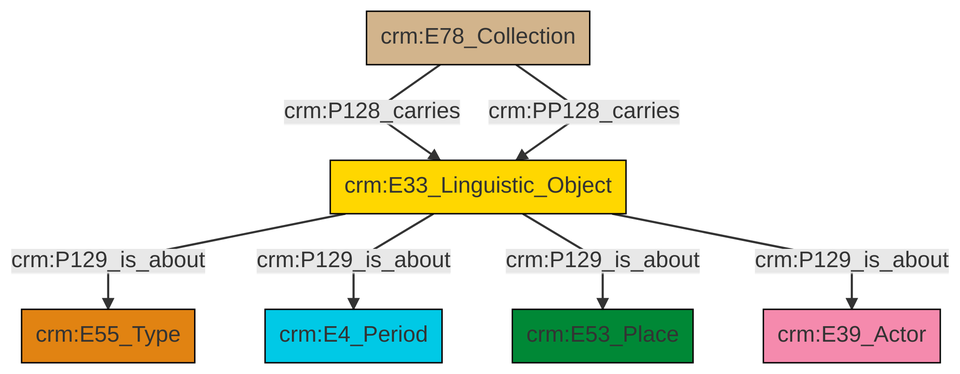
Earlier version of the Mermaid export et/archivalCSV/ttl/mmd/png/archival_aboutness.png (swiss-art-research-net/docs.swissartresearch). Its source is kept beside it as et/archivalCSV/ttl/mmd/archival_aboutness.ttl.mmd.
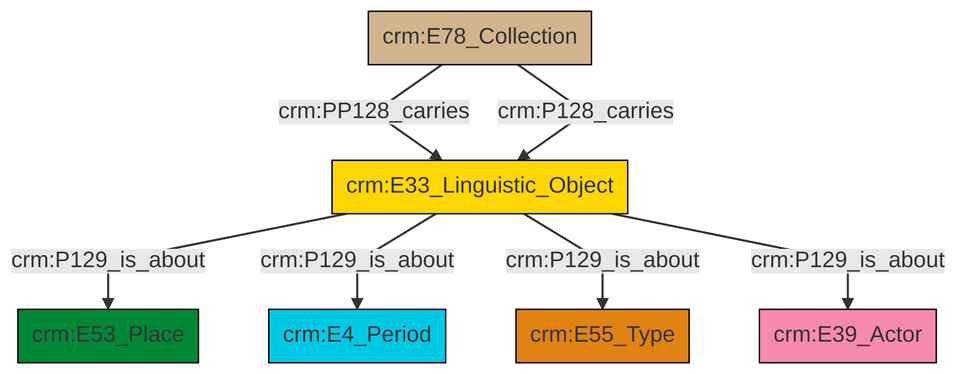
After the commit.

Change to the diagram source:
```diff
@@ -13,9 +13,9 @@
 classDef PC_Classes fill:#4ce600, stroke:#000000;
 classDef Multi fill:#cccccc,stroke:#000000;
 
-0["crm:E78_Collection"]:::Physical_Thing -->|crm:P128_carries| 1["crm:E33_Linguistic_Object"]:::Conceptual_Object
-1["crm:E33_Linguistic_Object"]:::Conceptual_Object -->|crm:P129_is_about| 2["crm:E55_Type"]:::Type
-1["crm:E33_Linguistic_Object"]:::Conceptual_Object -->|crm:P129_is_about| 8["crm:E4_Period"]:::Temporal_Entity
-0["crm:E78_Collection"]:::Physical_Thing -->|crm:PP128_carries| 1["crm:E33_Linguistic_Object"]:::Conceptual_Object
-1["crm:E33_Linguistic_Object"]:::Conceptual_Object -->|crm:P129_is_about| 5["crm:E53_Place"]:::Place
-1["crm:E33_Linguistic_Object"]:::Conceptual_Object -->|crm:P129_is_about| 9["crm:E39_Actor"]:::Actor
+4["crm:E33_Linguistic_Object"]:::Conceptual_Object -->|crm:P129_is_about| 5["crm:E53_Place"]:::Place
+0["crm:E78_Collection"]:::Physical_Thing -->|crm:PP128_carries| 4["crm:E33_Linguistic_Object"]:::Conceptual_Object
+4["crm:E33_Linguistic_Object"]:::Conceptual_Object -->|crm:P129_is_about| 2["crm:E4_Period"]:::Temporal_Entity
+4["crm:E33_Linguistic_Object"]:::Conceptual_Object -->|crm:P129_is_about| 6["crm:E55_Type"]:::Type
+4["crm:E33_Linguistic_Object"]:::Conceptual_Object -->|crm:P129_is_about| 9["crm:E39_Actor"]:::Actor
+0["crm:E78_Collection"]:::Physical_Thing -->|crm:P128_carries| 4["crm:E33_Linguistic_Object"]:::Conceptual_Object
```
